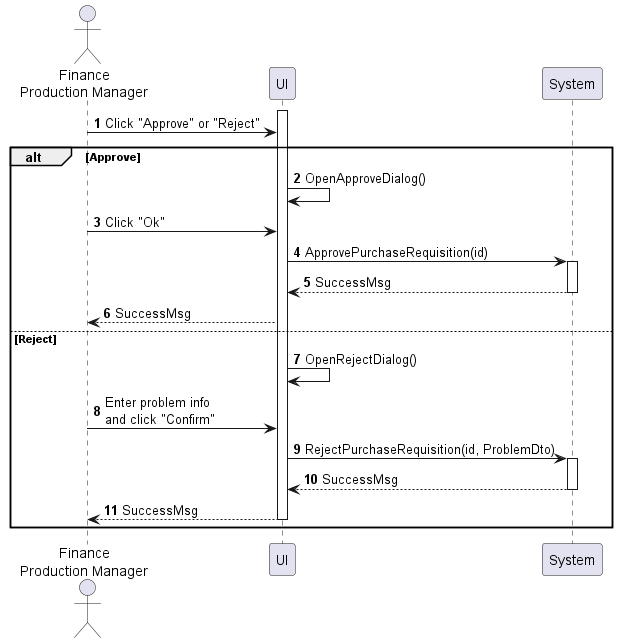
Earlier version of the PlantUML export sequences/purchase-requisition-approve.png (phihungha/scmss-reqs).
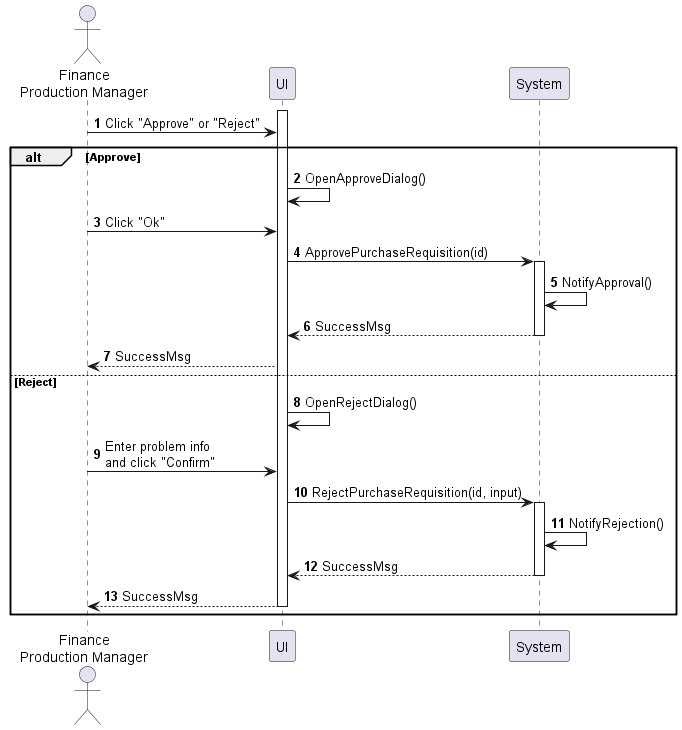
Later version of the same file.

Change to the diagram source:
```diff
@@ -13,14 +13,16 @@
     a -> f : Click "Ok"
     f -> b : ApprovePurchaseRequisition(id)
     activate b
+    b -> b : NotifyApproval()
     b --> f : SuccessMsg
     deactivate b
     f --> a : SuccessMsg
 else Reject
     f -> f : OpenRejectDialog()
     a -> f : Enter problem info\nand click "Confirm"
-    f -> b : RejectPurchaseRequisition(id, ProblemDto)
+    f -> b : RejectPurchaseRequisition(id, input)
     activate b
+    b -> b : NotifyRejection()
     return SuccessMsg
     f --> a : SuccessMsg
     deactivate f
```
